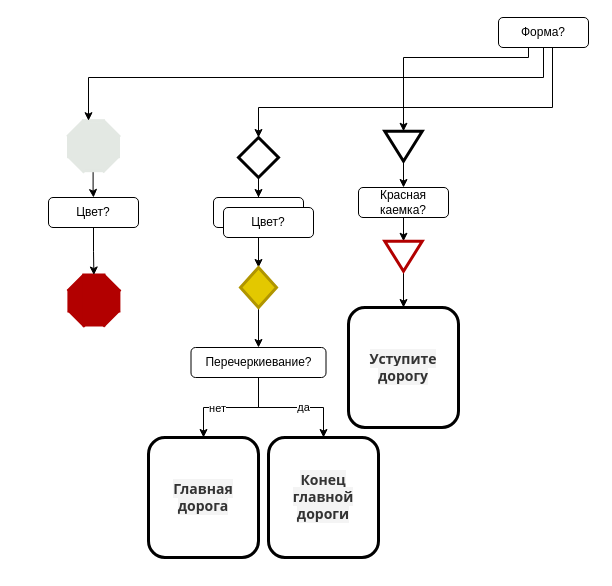
Above: Untitled Diagram.drawio in Christinalis25/aframe (draw.io), before the change. Source tidied: cells renumbered, new cells numbered last; positions are measured from the earlier drawing's top-left corner, leaving out a move shared by most shapes. Both pictures are drawn from the tidied source at 100%, with x=0, y=0 at pixel (48, 17).
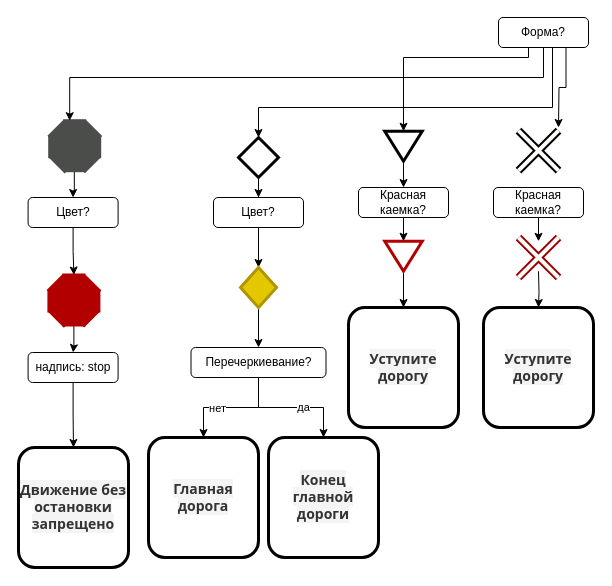
The same diagram, later.

Unchanged cells that the change refers to:
```xml
<mxCell id="10" value="Форма?" style="rounded=1;whiteSpace=wrap;html=1;" parent="1" vertex="1">
  <mxGeometry x="450" width="90" height="30" as="geometry" />
</mxCell>
```

What changed in the source:
```diff
@@
-    <mxCell id="2" style="rounded=0;whiteSpace=wrap;html=1;strokeWidth=3;direction=west;fontSize=11;strokeColor=#E3E8E3;fillColor=#E3E8E3;" parent="1" vertex="1">
-      <mxGeometry x="20" y="119.2" width="50" height="20" as="geometry" />
+    <mxCell id="2" style="rounded=0;whiteSpace=wrap;html=1;strokeWidth=3;direction=west;fontSize=11;fillColor=#4B4D4B;strokeColor=#4B4D4B;" parent="1" vertex="1">
+      <mxGeometry x="1.2" y="119.2" width="50" height="20" as="geometry" />
     </mxCell>
@@
-    <mxCell id="4" style="rounded=0;whiteSpace=wrap;html=1;strokeWidth=3;rotation=45;direction=west;fontSize=11;strokeColor=#E3E8E3;fillColor=#E3E8E3;" parent="1" vertex="1">
-      <mxGeometry x="19.6" y="118.9" width="50" height="20" as="geometry" />
+    <mxCell id="4" style="rounded=0;whiteSpace=wrap;html=1;strokeWidth=3;rotation=45;direction=west;fontSize=11;fillColor=#4B4D4B;strokeColor=#4B4D4B;" parent="1" vertex="1">
+      <mxGeometry x="0.8" y="118.9" width="50" height="20" as="geometry" />
     </mxCell>
-    <mxCell id="5" style="rounded=0;whiteSpace=wrap;html=1;strokeWidth=3;rotation=45;direction=north;fontSize=11;strokeColor=#E3E8E3;fillColor=#E3E8E3;" parent="1" vertex="1">
-      <mxGeometry x="35.6" y="104.2" width="20" height="50" as="geometry" />
+    <mxCell id="5" style="rounded=0;whiteSpace=wrap;html=1;strokeWidth=3;rotation=45;direction=north;fontSize=11;fillColor=#4B4D4B;strokeColor=#4B4D4B;" parent="1" vertex="1">
+      <mxGeometry x="16.8" y="104.2" width="20" height="50" as="geometry" />
     </mxCell>
-    <mxCell id="6" style="rounded=0;whiteSpace=wrap;html=1;strokeWidth=3;direction=north;fontSize=11;strokeColor=#E3E8E3;fillColor=#E3E8E3;" parent="1" vertex="1">
-      <mxGeometry x="35" y="103.2" width="20" height="50" as="geometry" />
+    <mxCell id="6" style="rounded=0;whiteSpace=wrap;html=1;strokeWidth=3;direction=north;fontSize=11;fillColor=#4B4D4B;strokeColor=#4B4D4B;" parent="1" vertex="1">
+      <mxGeometry x="16.2" y="103.2" width="20" height="50" as="geometry" />
     </mxCell>
@@
     <mxCell id="9" style="edgeStyle=orthogonalEdgeStyle;rounded=0;jettySize=auto;html=1;entryX=1;entryY=0.25;entryDx=0;entryDy=0;fontSize=11;" parent="1" edge="1" source="10" target="6">
       <mxGeometry relative="1" as="geometry">
         <Array as="points">
           <mxPoint x="495" y="60" />
-          <mxPoint x="40" y="60" />
+          <mxPoint x="21" y="60" />
         </Array>
       </mxGeometry>
     </mxCell>
+    <mxCell id="38" style="edgeStyle=orthogonalEdgeStyle;rounded=0;jettySize=auto;html=1;exitX=0.75;exitY=1;exitDx=0;exitDy=0;fontSize=11;" parent="1" edge="1" source="10">
+      <mxGeometry relative="1" as="geometry">
+        <mxPoint x="510" y="110" as="targetPoint" />
+      </mxGeometry>
+    </mxCell>
@@
     <mxCell id="31" style="rounded=0;whiteSpace=wrap;html=1;strokeWidth=3;direction=west;fontColor=#ffffff;fontSize=11;strokeColor=#B20000;fillColor=#B20000;" parent="1" vertex="1">
-      <mxGeometry x="20.4" y="273.5" width="50" height="20" as="geometry" />
+      <mxGeometry x="0.4" y="273.5" width="50" height="20" as="geometry" />
     </mxCell>
     <mxCell id="32" style="rounded=0;whiteSpace=wrap;html=1;strokeWidth=3;rotation=45;direction=west;fontColor=#ffffff;fontSize=11;strokeColor=#B20000;fillColor=#B20000;" parent="1" vertex="1">
-      <mxGeometry x="20" y="273.1" width="50" height="20" as="geometry" />
+      <mxGeometry y="273.1" width="50" height="20" as="geometry" />
     </mxCell>
     <mxCell id="33" style="rounded=0;whiteSpace=wrap;html=1;strokeWidth=3;rotation=45;direction=north;fontColor=#ffffff;fontSize=11;strokeColor=#B20000;fillColor=#B20000;" parent="1" vertex="1">
-      <mxGeometry x="36" y="258.5" width="20" height="50" as="geometry" />
+      <mxGeometry x="16" y="258.5" width="20" height="50" as="geometry" />
     </mxCell>
+    <mxCell id="39" style="edgeStyle=orthogonalEdgeStyle;rounded=0;jettySize=auto;html=1;entryX=0.5;entryY=0;entryDx=0;entryDy=0;fontSize=11;" parent="1" edge="1" source="34" target="37">
+      <mxGeometry relative="1" as="geometry" />
+    </mxCell>
     <mxCell id="34" style="rounded=0;whiteSpace=wrap;html=1;strokeWidth=3;direction=north;fontColor=#ffffff;fontSize=11;strokeColor=#B20000;fillColor=#B20000;" parent="1" vertex="1">
-      <mxGeometry x="35.4" y="257.5" width="20" height="50" as="geometry" />
+      <mxGeometry x="15.4" y="257.5" width="20" height="50" as="geometry" />
     </mxCell>
@@
     <mxCell id="36" value="Цвет?" style="rounded=1;whiteSpace=wrap;html=1;" parent="1" vertex="1">
-      <mxGeometry y="180" width="90" height="30" as="geometry" />
+      <mxGeometry x="-20.4" y="180" width="90" height="30" as="geometry" />
     </mxCell>
+    <mxCell id="40" style="edgeStyle=orthogonalEdgeStyle;rounded=0;jettySize=auto;html=1;entryX=0;entryY=0.5;entryDx=0;entryDy=0;fontSize=11;" parent="1" edge="1" source="37" target="41">
+      <mxGeometry relative="1" as="geometry" />
+    </mxCell>
-    <mxCell id="37" value="Цвет?" style="rounded=1;whiteSpace=wrap;html=1;" parent="1" vertex="1">
-      <mxGeometry x="175" y="190" width="90" height="30" as="geometry" />
+    <mxCell id="37" value="надпись: stop" style="rounded=1;whiteSpace=wrap;html=1;" parent="1" vertex="1">
+      <mxGeometry x="-20.4" y="335" width="90" height="30" as="geometry" />
     </mxCell>
+    <mxCell id="41" value="&lt;span style=&quot;box-sizing: inherit ; border: 0px ; font-family: &amp;#34;open sans&amp;#34; , &amp;#34;arial&amp;#34; , sans-serif ; font-size: 14px ; font-weight: 700 ; margin: 0px ; outline: 0px ; padding: 0px ; vertical-align: baseline ; color: rgb(51 , 51 , 51) ; background-color: rgb(244 , 244 , 244)&quot;&gt;Движение без остановки запрещено&lt;/span&gt;" style="rounded=1;whiteSpace=wrap;html=1;strokeWidth=3;direction=south;" parent="1" vertex="1">
+      <mxGeometry x="-30" y="430" width="110" height="120" as="geometry" />
+    </mxCell>
+    <mxCell id="42" style="shape=umlDestroy;whiteSpace=wrap;html=1;strokeWidth=8;fontSize=11;" parent="1" vertex="1">
+      <mxGeometry x="470" y="113.2" width="40" height="40" as="geometry" />
+    </mxCell>
+    <mxCell id="43" style="shape=umlDestroy;whiteSpace=wrap;html=1;strokeWidth=4;fontSize=11;strokeColor=#FFFEFA;" parent="1" vertex="1">
+      <mxGeometry x="470" y="113.2" width="40" height="40" as="geometry" />
+    </mxCell>
+    <mxCell id="44" value="&lt;span style=&quot;box-sizing: inherit ; border: 0px ; font-family: &amp;#34;open sans&amp;#34; , &amp;#34;arial&amp;#34; , sans-serif ; font-size: 14px ; font-weight: 700 ; margin: 0px ; outline: 0px ; padding: 0px ; vertical-align: baseline ; color: rgb(51 , 51 , 51) ; background-color: rgb(244 , 244 , 244)&quot;&gt;Уступите дорогу&lt;/span&gt;" style="rounded=1;whiteSpace=wrap;html=1;strokeWidth=3;direction=south;" parent="1" vertex="1">
+      <mxGeometry x="435" y="290" width="110" height="120" as="geometry" />
+    </mxCell>
+    <mxCell id="45" style="edgeStyle=orthogonalEdgeStyle;rounded=0;jettySize=auto;html=1;entryX=0;entryY=0.5;entryDx=0;entryDy=0;" parent="1" edge="1" source="46">
+      <mxGeometry relative="1" as="geometry">
+        <mxPoint x="490" y="223.8" as="targetPoint" />
+      </mxGeometry>
+    </mxCell>
+    <mxCell id="46" value="Красная каемка?" style="rounded=1;whiteSpace=wrap;html=1;" parent="1" vertex="1">
+      <mxGeometry x="445" y="170" width="90" height="30" as="geometry" />
+    </mxCell>
+    <mxCell id="47" style="edgeStyle=orthogonalEdgeStyle;rounded=0;jettySize=auto;html=1;" parent="1" edge="1" target="44">
+      <mxGeometry relative="1" as="geometry">
+        <mxPoint x="490" y="253.8" as="sourcePoint" />
+      </mxGeometry>
+    </mxCell>
+    <mxCell id="48" style="shape=umlDestroy;whiteSpace=wrap;html=1;strokeWidth=8;fontSize=11;strokeColor=#990000;" parent="1" vertex="1">
+      <mxGeometry x="470" y="220" width="40" height="40" as="geometry" />
+    </mxCell>
+    <mxCell id="49" style="shape=umlDestroy;whiteSpace=wrap;html=1;strokeWidth=4;fontSize=11;strokeColor=#FFFEFA;" parent="1" vertex="1">
+      <mxGeometry x="470" y="220" width="40" height="40" as="geometry" />
+    </mxCell>
```
